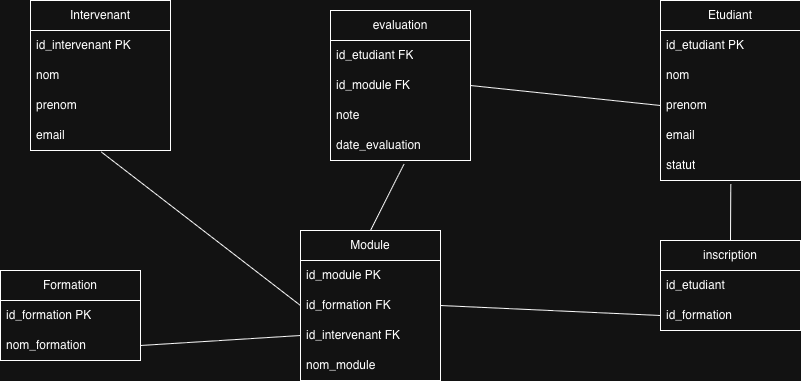
Earlier version of the draw.io export Schemas/Projet SQL-MLD.drawio.png (GoguillonNicolas/SQL-Projet). Source tidied: cells renumbered, new cells last; positions are measured from the earlier drawing's top-left corner, leaving out a move shared by most shapes. The source it was exported from:
```xml
<mxGraphModel>
  <root>
    <mxCell id="0" />
    <mxCell id="1" parent="0" />
    <mxCell id="2" value="Etudiant" style="swimlane;fontStyle=0;horizontal=1;startSize=30;whiteSpace=wrap;html=1;" parent="1" vertex="1">
      <mxGeometry x="660" width="140" height="180" as="geometry" />
    </mxCell>
    <mxCell id="3" value="id_etudiant PK" style="text;strokeColor=none;fillColor=none;align=left;verticalAlign=middle;spacingLeft=4;spacingRight=4;overflow=hidden;whiteSpace=wrap;html=1;" parent="2" vertex="1">
      <mxGeometry y="30" width="140" height="30" as="geometry" />
    </mxCell>
    <mxCell id="4" value="nom" style="text;strokeColor=none;fillColor=none;align=left;verticalAlign=middle;spacingLeft=4;spacingRight=4;overflow=hidden;whiteSpace=wrap;html=1;" parent="2" vertex="1">
      <mxGeometry y="60" width="140" height="30" as="geometry" />
    </mxCell>
    <mxCell id="5" value="&lt;div&gt;prenom&lt;/div&gt;" style="text;strokeColor=none;fillColor=none;align=left;verticalAlign=middle;spacingLeft=4;spacingRight=4;overflow=hidden;points=[[0,0.5],[1,0.5]];portConstraint=eastwest;whiteSpace=wrap;html=1;" parent="2" vertex="1">
      <mxGeometry y="90" width="140" height="30" as="geometry" />
    </mxCell>
    <mxCell id="6" value="&lt;div&gt;email&lt;/div&gt;" style="text;strokeColor=none;fillColor=none;align=left;verticalAlign=middle;spacingLeft=4;spacingRight=4;overflow=hidden;whiteSpace=wrap;html=1;" parent="2" vertex="1">
      <mxGeometry y="120" width="140" height="30" as="geometry" />
    </mxCell>
    <mxCell id="7" value="&lt;div&gt;statut&lt;/div&gt;" style="text;strokeColor=none;fillColor=none;align=left;verticalAlign=middle;spacingLeft=4;spacingRight=4;overflow=hidden;points=[[0,0.5],[1,0.5]];portConstraint=eastwest;whiteSpace=wrap;html=1;" parent="2" vertex="1">
      <mxGeometry y="150" width="140" height="30" as="geometry" />
    </mxCell>
    <mxCell id="8" value="Intervenant" style="swimlane;fontStyle=0;horizontal=1;startSize=30;whiteSpace=wrap;html=1;" parent="1" vertex="1">
      <mxGeometry x="30" width="140" height="150" as="geometry" />
    </mxCell>
    <mxCell id="9" value="id_intervenant PK" style="text;strokeColor=none;fillColor=none;align=left;verticalAlign=middle;spacingLeft=4;spacingRight=4;overflow=hidden;whiteSpace=wrap;html=1;" parent="8" vertex="1">
      <mxGeometry y="30" width="140" height="30" as="geometry" />
    </mxCell>
    <mxCell id="10" value="nom" style="text;strokeColor=none;fillColor=none;align=left;verticalAlign=middle;spacingLeft=4;spacingRight=4;overflow=hidden;whiteSpace=wrap;html=1;" parent="8" vertex="1">
      <mxGeometry y="60" width="140" height="30" as="geometry" />
    </mxCell>
    <mxCell id="11" value="&lt;div&gt;prenom&lt;/div&gt;" style="text;strokeColor=none;fillColor=none;align=left;verticalAlign=middle;spacingLeft=4;spacingRight=4;overflow=hidden;whiteSpace=wrap;html=1;" parent="8" vertex="1">
      <mxGeometry y="90" width="140" height="30" as="geometry" />
    </mxCell>
    <mxCell id="12" value="&lt;div&gt;email&lt;/div&gt;" style="text;strokeColor=none;fillColor=none;align=left;verticalAlign=middle;spacingLeft=4;spacingRight=4;overflow=hidden;points=[[0,0.5],[1,0.5]];portConstraint=eastwest;whiteSpace=wrap;html=1;" parent="8" vertex="1">
      <mxGeometry y="120" width="140" height="30" as="geometry" />
    </mxCell>
    <mxCell id="13" value="Formation" style="swimlane;fontStyle=0;horizontal=1;startSize=30;whiteSpace=wrap;html=1;" parent="1" vertex="1">
      <mxGeometry y="270" width="140" height="90" as="geometry" />
    </mxCell>
    <mxCell id="14" value="id_formation PK" style="text;strokeColor=none;fillColor=none;align=left;verticalAlign=middle;spacingLeft=4;spacingRight=4;overflow=hidden;whiteSpace=wrap;html=1;" parent="13" vertex="1">
      <mxGeometry y="30" width="140" height="30" as="geometry" />
    </mxCell>
    <mxCell id="15" value="nom_formation" style="text;strokeColor=none;fillColor=none;align=left;verticalAlign=middle;spacingLeft=4;spacingRight=4;overflow=hidden;points=[[0,0.5],[1,0.5]];portConstraint=eastwest;whiteSpace=wrap;html=1;" parent="13" vertex="1">
      <mxGeometry y="60" width="140" height="30" as="geometry" />
    </mxCell>
    <mxCell id="16" value="Module" style="swimlane;fontStyle=0;horizontal=1;startSize=30;whiteSpace=wrap;html=1;" parent="1" vertex="1">
      <mxGeometry x="300" y="230" width="140" height="150" as="geometry" />
    </mxCell>
    <mxCell id="17" value="id_module PK" style="text;strokeColor=none;fillColor=none;align=left;verticalAlign=middle;spacingLeft=4;spacingRight=4;overflow=hidden;whiteSpace=wrap;html=1;" parent="16" vertex="1">
      <mxGeometry y="30" width="140" height="30" as="geometry" />
    </mxCell>
    <mxCell id="18" value="id_formation FK" style="text;strokeColor=none;fillColor=none;align=left;verticalAlign=middle;spacingLeft=4;spacingRight=4;overflow=hidden;points=[[0,0.5],[1,0.5]];portConstraint=eastwest;whiteSpace=wrap;html=1;" parent="16" vertex="1">
      <mxGeometry y="60" width="140" height="30" as="geometry" />
    </mxCell>
    <mxCell id="19" value="id_intervenant FK" style="text;strokeColor=none;fillColor=none;align=left;verticalAlign=middle;spacingLeft=4;spacingRight=4;overflow=hidden;points=[[0,0.5],[1,0.5]];portConstraint=eastwest;whiteSpace=wrap;html=1;" parent="16" vertex="1">
      <mxGeometry y="90" width="140" height="30" as="geometry" />
    </mxCell>
    <mxCell id="20" value="nom_module" style="text;strokeColor=none;fillColor=none;align=left;verticalAlign=middle;spacingLeft=4;spacingRight=4;overflow=hidden;whiteSpace=wrap;html=1;" parent="16" vertex="1">
      <mxGeometry y="120" width="140" height="30" as="geometry" />
    </mxCell>
    <mxCell id="21" value="evaluation" style="swimlane;fontStyle=0;horizontal=1;startSize=30;whiteSpace=wrap;html=1;" parent="1" vertex="1">
      <mxGeometry x="330" y="10" width="140" height="150" as="geometry" />
    </mxCell>
    <mxCell id="22" value="id_etudiant FK" style="text;strokeColor=none;fillColor=none;align=left;verticalAlign=middle;spacingLeft=4;spacingRight=4;overflow=hidden;whiteSpace=wrap;html=1;" parent="21" vertex="1">
      <mxGeometry y="30" width="140" height="30" as="geometry" />
    </mxCell>
    <mxCell id="23" value="id_module FK" style="text;strokeColor=none;fillColor=none;align=left;verticalAlign=middle;spacingLeft=4;spacingRight=4;overflow=hidden;points=[[0,0.5],[1,0.5]];portConstraint=eastwest;whiteSpace=wrap;html=1;" parent="21" vertex="1">
      <mxGeometry y="60" width="140" height="30" as="geometry" />
    </mxCell>
    <mxCell id="24" value="note" style="text;strokeColor=none;fillColor=none;align=left;verticalAlign=middle;spacingLeft=4;spacingRight=4;overflow=hidden;whiteSpace=wrap;html=1;" parent="21" vertex="1">
      <mxGeometry y="90" width="140" height="30" as="geometry" />
    </mxCell>
    <mxCell id="25" value="date_evaluation" style="text;strokeColor=none;fillColor=none;align=left;verticalAlign=middle;spacingLeft=4;spacingRight=4;overflow=hidden;points=[[0,0.5],[1,0.5]];portConstraint=eastwest;whiteSpace=wrap;html=1;" parent="21" vertex="1">
      <mxGeometry y="120" width="140" height="30" as="geometry" />
    </mxCell>
    <mxCell id="26" style="endArrow=none;html=1;rounded=0;exitX=0.525;exitY=1.12;exitDx=0;exitDy=0;exitPerimeter=0;entryX=0.5;entryY=0;entryDx=0;entryDy=0;" parent="1" edge="1" source="25" target="16">
      <mxGeometry relative="1" as="geometry" />
    </mxCell>
    <mxCell id="27" style="endArrow=none;html=1;rounded=0;exitX=0;exitY=0.5;exitDx=0;exitDy=0;entryX=1;entryY=0.5;entryDx=0;entryDy=0;" parent="1" edge="1" source="5" target="23">
      <mxGeometry relative="1" as="geometry" />
    </mxCell>
    <mxCell id="28" value="inscription" style="swimlane;fontStyle=0;horizontal=1;startSize=30;whiteSpace=wrap;html=1;" parent="1" vertex="1">
      <mxGeometry x="660" y="240" width="140" height="90" as="geometry" />
    </mxCell>
    <mxCell id="29" value="id_etudiant" style="text;strokeColor=none;fillColor=none;align=left;verticalAlign=middle;spacingLeft=4;spacingRight=4;overflow=hidden;whiteSpace=wrap;html=1;" parent="28" vertex="1">
      <mxGeometry y="30" width="140" height="30" as="geometry" />
    </mxCell>
    <mxCell id="30" value="id_formation" style="text;strokeColor=none;fillColor=none;align=left;verticalAlign=middle;spacingLeft=4;spacingRight=4;overflow=hidden;points=[[0,0.5],[1,0.5]];portConstraint=eastwest;whiteSpace=wrap;html=1;" parent="28" vertex="1">
      <mxGeometry y="60" width="140" height="30" as="geometry" />
    </mxCell>
    <mxCell id="31" style="endArrow=none;html=1;rounded=0;exitX=0.502;exitY=1.125;exitDx=0;exitDy=0;exitPerimeter=0;entryX=0.5;entryY=0;entryDx=0;entryDy=0;" parent="1" edge="1" source="7" target="28">
      <mxGeometry relative="1" as="geometry" />
    </mxCell>
    <mxCell id="32" style="endArrow=none;html=1;rounded=0;entryX=0;entryY=0.5;entryDx=0;entryDy=0;exitX=1;exitY=0.5;exitDx=0;exitDy=0;" parent="1" edge="1" source="18" target="30">
      <mxGeometry relative="1" as="geometry" />
    </mxCell>
    <mxCell id="33" style="endArrow=none;html=1;rounded=0;exitX=1;exitY=0.5;exitDx=0;exitDy=0;entryX=0;entryY=0.5;entryDx=0;entryDy=0;" parent="1" edge="1" source="15" target="19">
      <mxGeometry relative="1" as="geometry" />
    </mxCell>
    <mxCell id="34" style="endArrow=none;html=1;rounded=0;exitX=0.506;exitY=1.049;exitDx=0;exitDy=0;exitPerimeter=0;entryX=0;entryY=0.5;entryDx=0;entryDy=0;" parent="1" edge="1" source="12" target="18">
      <mxGeometry relative="1" as="geometry" />
    </mxCell>
  </root>
</mxGraphModel>
```
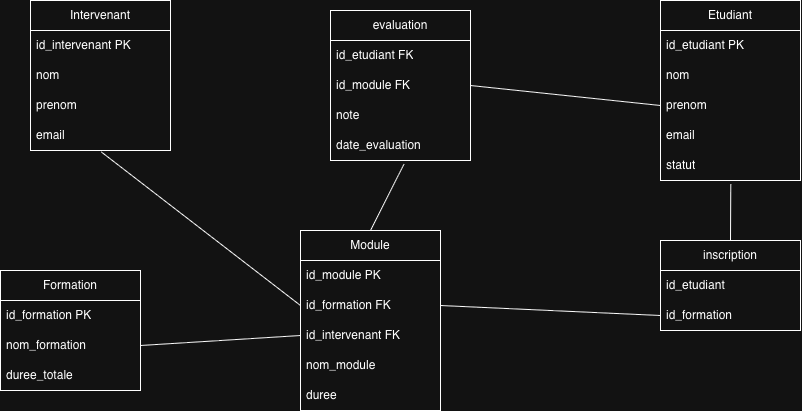
The same file after the commit.

Change to the diagram source:
```diff
@@ -36,7 +36,7 @@
       <mxGeometry y="120" width="140" height="30" as="geometry" />
     </mxCell>
     <mxCell id="13" value="Formation" style="swimlane;fontStyle=0;horizontal=1;startSize=30;whiteSpace=wrap;html=1;" parent="1" vertex="1">
-      <mxGeometry y="270" width="140" height="90" as="geometry" />
+      <mxGeometry y="270" width="140" height="120" as="geometry" />
     </mxCell>
     <mxCell id="14" value="id_formation PK" style="text;strokeColor=none;fillColor=none;align=left;verticalAlign=middle;spacingLeft=4;spacingRight=4;overflow=hidden;whiteSpace=wrap;html=1;" parent="13" vertex="1">
       <mxGeometry y="30" width="140" height="30" as="geometry" />
@@ -44,8 +44,11 @@
     <mxCell id="15" value="nom_formation" style="text;strokeColor=none;fillColor=none;align=left;verticalAlign=middle;spacingLeft=4;spacingRight=4;overflow=hidden;points=[[0,0.5],[1,0.5]];portConstraint=eastwest;whiteSpace=wrap;html=1;" parent="13" vertex="1">
       <mxGeometry y="60" width="140" height="30" as="geometry" />
     </mxCell>
+    <mxCell id="35" value="duree_totale" style="text;strokeColor=none;fillColor=none;align=left;verticalAlign=middle;spacingLeft=4;spacingRight=4;overflow=hidden;whiteSpace=wrap;html=1;" parent="13" vertex="1">
+      <mxGeometry y="90" width="140" height="30" as="geometry" />
+    </mxCell>
     <mxCell id="16" value="Module" style="swimlane;fontStyle=0;horizontal=1;startSize=30;whiteSpace=wrap;html=1;" parent="1" vertex="1">
-      <mxGeometry x="300" y="230" width="140" height="150" as="geometry" />
+      <mxGeometry x="300" y="230" width="140" height="180" as="geometry" />
     </mxCell>
     <mxCell id="17" value="id_module PK" style="text;strokeColor=none;fillColor=none;align=left;verticalAlign=middle;spacingLeft=4;spacingRight=4;overflow=hidden;whiteSpace=wrap;html=1;" parent="16" vertex="1">
       <mxGeometry y="30" width="140" height="30" as="geometry" />
@@ -59,6 +62,9 @@
     <mxCell id="20" value="nom_module" style="text;strokeColor=none;fillColor=none;align=left;verticalAlign=middle;spacingLeft=4;spacingRight=4;overflow=hidden;whiteSpace=wrap;html=1;" parent="16" vertex="1">
       <mxGeometry y="120" width="140" height="30" as="geometry" />
     </mxCell>
+    <mxCell id="36" value="duree" style="text;strokeColor=none;fillColor=none;align=left;verticalAlign=middle;spacingLeft=4;spacingRight=4;overflow=hidden;whiteSpace=wrap;html=1;" parent="16" vertex="1">
+      <mxGeometry y="150" width="140" height="30" as="geometry" />
+    </mxCell>
     <mxCell id="21" value="evaluation" style="swimlane;fontStyle=0;horizontal=1;startSize=30;whiteSpace=wrap;html=1;" parent="1" vertex="1">
       <mxGeometry x="330" y="10" width="140" height="150" as="geometry" />
     </mxCell>
```
